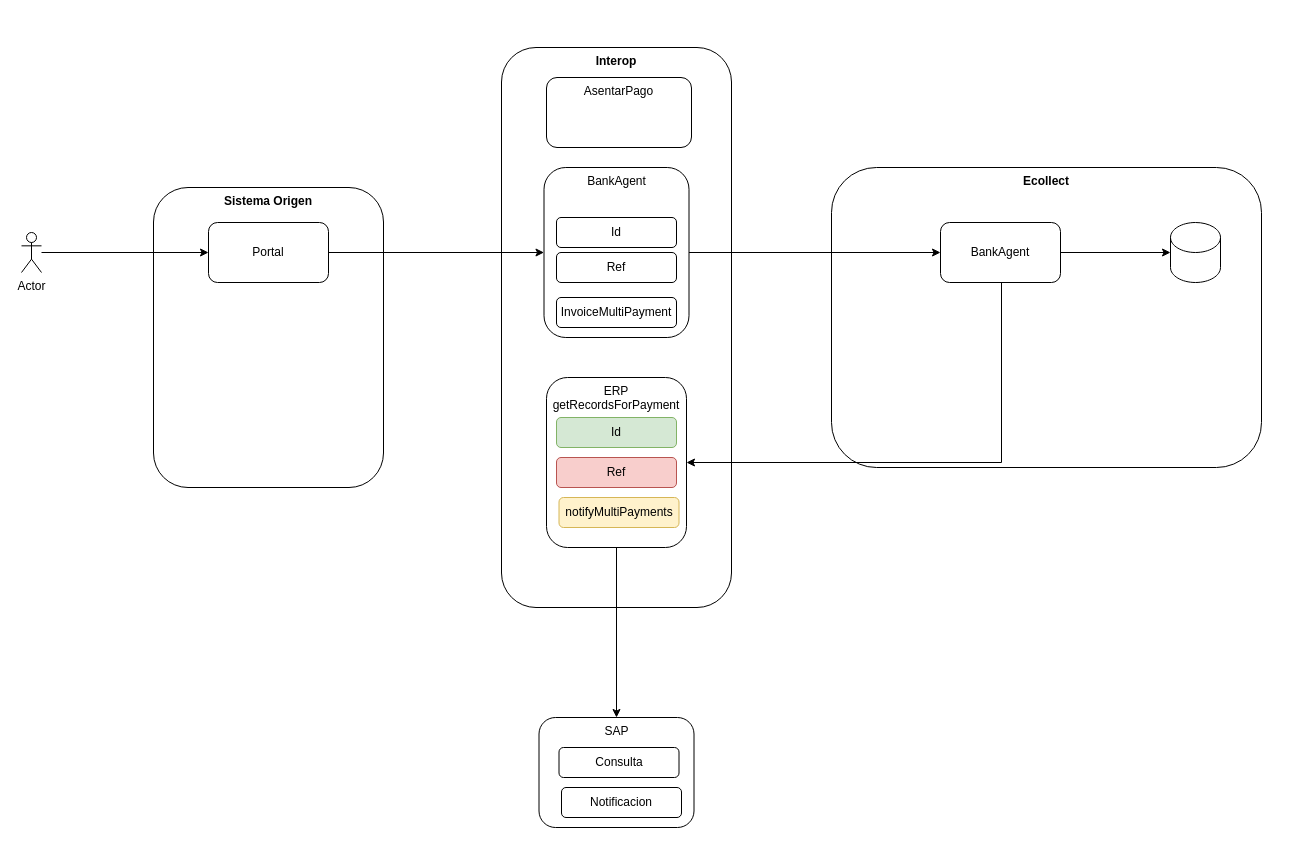
The draw.io diagram BankAgent.drawio in carlosvalderrama1204/diagrams, before the edit. Source tidied: cells renumbered, new cells numbered last; positions are measured from the earlier drawing's top-left corner, leaving out a move shared by most shapes. Both pictures are drawn from the tidied source at 100%, with x=0, y=0 at pixel (21, 47).
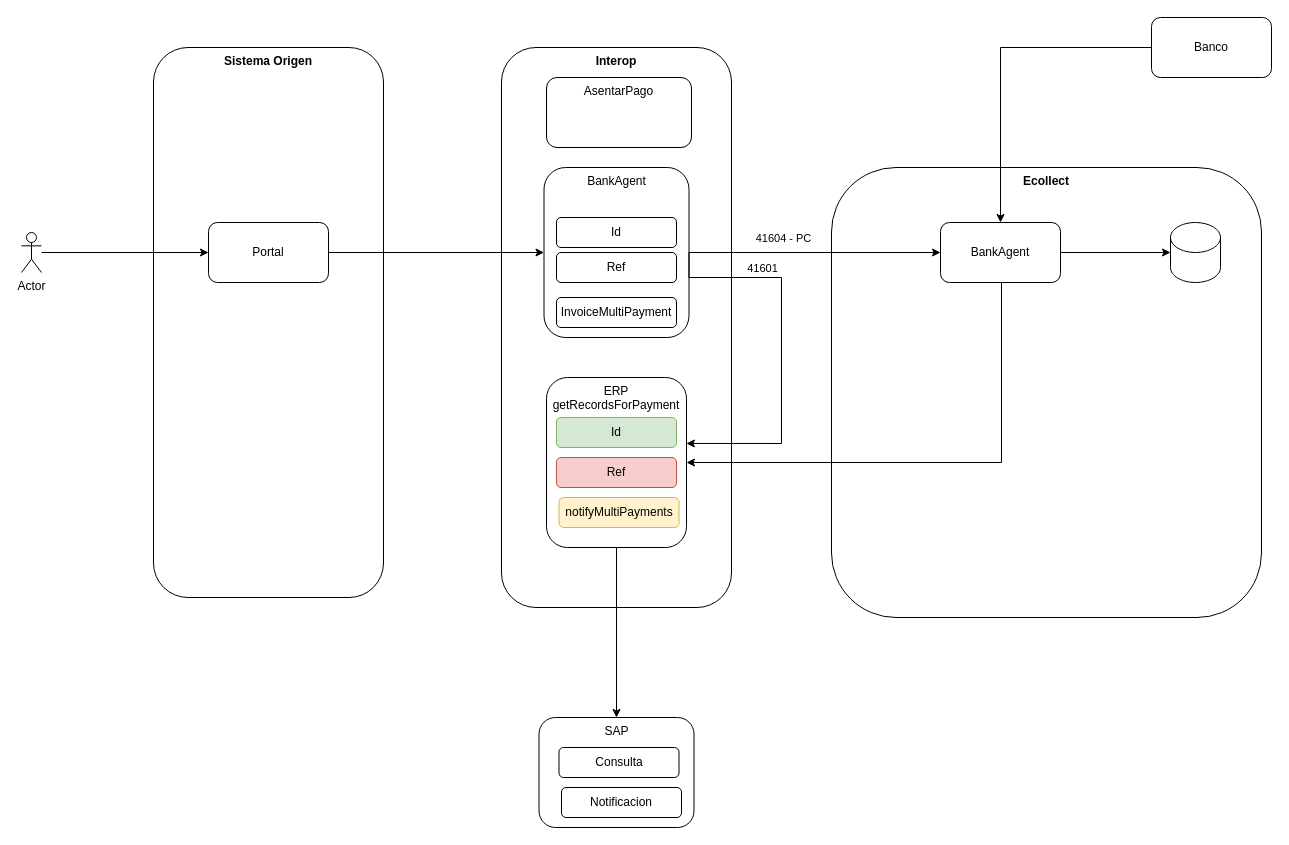
After the change.

Unchanged cells that the change refers to:
```xml
<mxCell id="3" value="BankAgent" style="rounded=1;whiteSpace=wrap;html=1;verticalAlign=top;" parent="1" vertex="1">
  <mxGeometry x="522.5" y="120" width="145" height="170" as="geometry" />
</mxCell>
<mxCell id="6" value="BankAgent" style="rounded=1;whiteSpace=wrap;html=1;" parent="1" vertex="1">
  <mxGeometry x="919" y="175" width="120" height="60" as="geometry" />
</mxCell>
<mxCell id="8" value="ERP getRecordsForPayment" style="rounded=1;whiteSpace=wrap;html=1;verticalAlign=top;" parent="1" vertex="1">
  <mxGeometry x="525" y="330" width="140" height="170" as="geometry" />
</mxCell>
```

Diff of the diagram source:
```diff
@@
     <mxCell id="4" value="Ecollect" style="rounded=1;whiteSpace=wrap;html=1;verticalAlign=top;fontStyle=1;" parent="1" vertex="1">
-      <mxGeometry x="810" y="120" width="430" height="300" as="geometry" />
+      <mxGeometry x="810" y="120" width="430" height="450" as="geometry" />
     </mxCell>
@@
-    <mxCell id="9" style="edgeStyle=orthogonalEdgeStyle;rounded=0;jettySize=auto;html=1;" parent="1" edge="1" source="3" target="6">
-      <mxGeometry relative="1" as="geometry" />
+    <mxCell id="9" style="edgeStyle=orthogonalEdgeStyle;rounded=0;jettySize=auto;html=1;entryX=0.999;entryY=0.388;entryDx=0;entryDy=0;entryPerimeter=0;exitX=1;exitY=0.5;exitDx=0;exitDy=0;" parent="1" edge="1" source="3" target="8">
+      <mxGeometry relative="1" as="geometry">
+        <Array as="points">
+          <mxPoint x="668" y="230" />
+          <mxPoint x="760" y="230" />
+          <mxPoint x="760" y="396" />
+        </Array>
+      </mxGeometry>
     </mxCell>
+    <mxCell id="27" value="41601" style="edgeLabel;html=1;align=center;verticalAlign=middle;" parent="9" vertex="1">
+      <mxGeometry x="-0.68" y="3" relative="1" as="geometry">
+        <mxPoint x="37" y="-7" as="offset" />
+      </mxGeometry>
+    </mxCell>
@@
     <mxCell id="11" value="Sistema Origen" style="rounded=1;whiteSpace=wrap;html=1;verticalAlign=top;fontStyle=1;" parent="1" vertex="1">
-      <mxGeometry x="132" y="140" width="230" height="300" as="geometry" />
+      <mxGeometry x="132" width="230" height="550" as="geometry" />
     </mxCell>
@@
+    <mxCell id="28" style="edgeStyle=orthogonalEdgeStyle;rounded=0;jettySize=auto;html=1;" parent="1" edge="1" source="3" target="6">
+      <mxGeometry relative="1" as="geometry" />
+    </mxCell>
+    <mxCell id="29" value="41604 - PC" style="edgeLabel;html=1;align=center;verticalAlign=middle;" parent="28" vertex="1">
+      <mxGeometry x="-0.35" y="4" relative="1" as="geometry">
+        <mxPoint x="12" y="-11" as="offset" />
+      </mxGeometry>
+    </mxCell>
+    <mxCell id="30" style="edgeStyle=orthogonalEdgeStyle;rounded=0;jettySize=auto;html=1;" parent="1" edge="1" source="31" target="6">
+      <mxGeometry relative="1" as="geometry">
+        <Array as="points">
+          <mxPoint x="979" />
+        </Array>
+      </mxGeometry>
+    </mxCell>
+    <mxCell id="31" value="Banco" style="rounded=1;whiteSpace=wrap;html=1;" parent="1" vertex="1">
+      <mxGeometry x="1130" y="-30" width="120" height="60" as="geometry" />
+    </mxCell>
```
